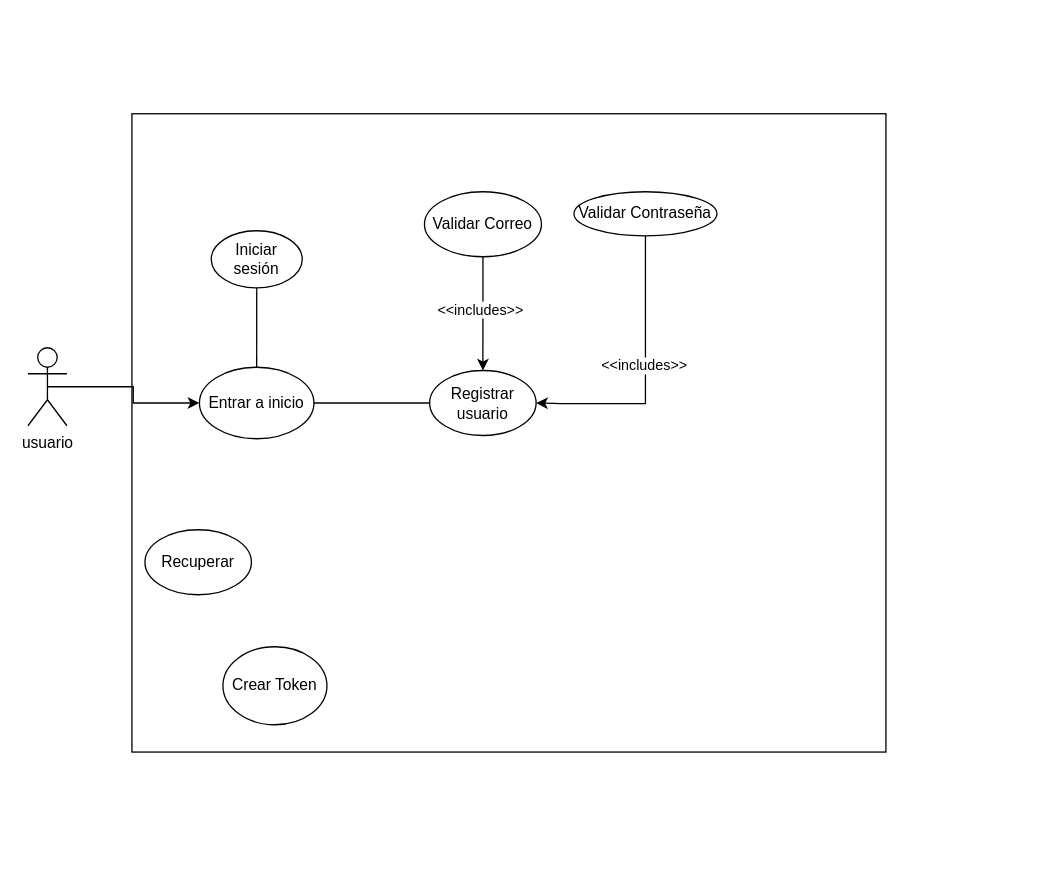
This is Diagrama sin título.drawio from e1mais/UC-uni-space, a draw.io file, before an edit. Source tidied: cells renumbered, new cells numbered last; positions are measured from the earlier drawing's top-left corner, leaving out a move shared by most shapes. Both pictures are drawn from the tidied source at 130%, with x=0, y=0 at pixel (27, 113).
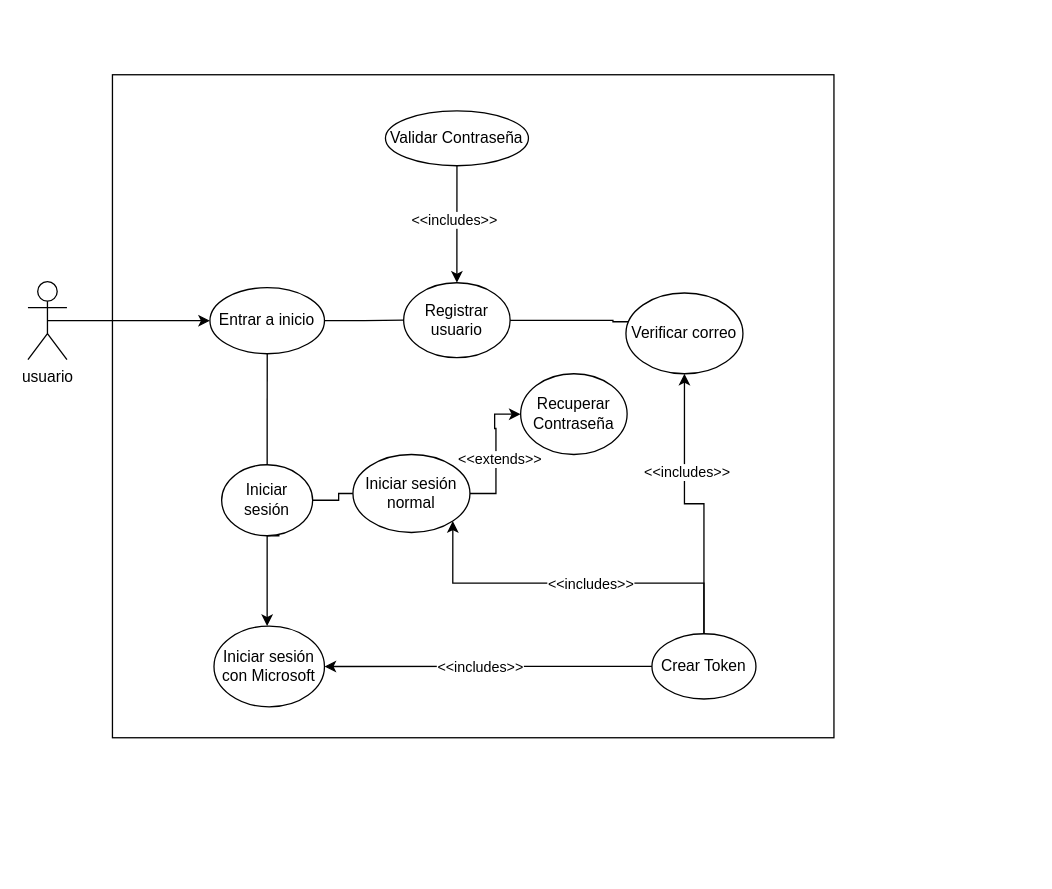
After the change.

What changed in the source:
```diff
@@
     <mxCell id="2" style="group;" parent="1" vertex="1">
-      <mxGeometry x="70" y="40" width="590" height="451" as="geometry" />
+      <mxGeometry x="50" y="-70" width="720" height="649.7" as="geometry" />
     </mxCell>
     <mxCell id="3" style="rounded=0;whiteSpace=wrap;html=1;fillColor=none;" parent="2" vertex="1">
-      <mxGeometry x="10" y="-40" width="580" height="491" as="geometry" />
+      <mxGeometry x="15" y="40" width="555" height="510" as="geometry" />
     </mxCell>
@@
     <mxCell id="5" value="Entrar a inicio" style="ellipse;whiteSpace=wrap;html=1;" parent="2" vertex="1">
-      <mxGeometry x="61.9" y="155" width="88.1" height="55" as="geometry" />
+      <mxGeometry x="90" y="203.8" width="88.1" height="50.8" as="geometry" />
     </mxCell>
+    <mxCell id="19" style="edgeStyle=orthogonalEdgeStyle;rounded=0;jettySize=auto;html=1;exitX=0.5;exitY=1;exitDx=0;exitDy=0;" parent="2" edge="1" source="6" target="21">
+      <mxGeometry relative="1" as="geometry">
+        <Array as="points">
+          <mxPoint x="143" y="395" />
+          <mxPoint x="143" y="385" />
+          <mxPoint x="134" y="385" />
+        </Array>
+      </mxGeometry>
+    </mxCell>
+    <mxCell id="20" style="edgeStyle=orthogonalEdgeStyle;rounded=0;jettySize=auto;html=1;exitX=1;exitY=0.5;exitDx=0;exitDy=0;endArrow=none;endFill=0;" parent="2" edge="1" source="6" target="30">
+      <mxGeometry relative="1" as="geometry" />
+    </mxCell>
     <mxCell id="6" value="&lt;div&gt;Iniciar sesión&lt;/div&gt;" style="ellipse;whiteSpace=wrap;html=1;" parent="2" vertex="1">
-      <mxGeometry x="71" y="50" width="70" height="44" as="geometry" />
+      <mxGeometry x="99" y="340" width="70" height="54.6" as="geometry" />
     </mxCell>
     <mxCell id="7" value="&lt;div&gt;Registrar usuario&lt;/div&gt;" style="ellipse;whiteSpace=wrap;html=1;" parent="2" vertex="1">
-      <mxGeometry x="239" y="157.5" width="81.9" height="50" as="geometry" />
+      <mxGeometry x="239" y="200" width="81.9" height="57.6" as="geometry" />
     </mxCell>
-    <mxCell id="8" value="Recuperar" style="ellipse;whiteSpace=wrap;html=1;" parent="2" vertex="1">
-      <mxGeometry x="20" y="280" width="81.9" height="50" as="geometry" />
+    <mxCell id="8" value="&lt;div&gt;Recuperar&lt;/div&gt;&lt;div&gt;Contraseña&lt;/div&gt;" style="ellipse;whiteSpace=wrap;html=1;" parent="2" vertex="1">
+      <mxGeometry x="329" y="270" width="81.9" height="62.1" as="geometry" />
     </mxCell>
-    <mxCell id="9" style="edgeStyle=orthogonalEdgeStyle;rounded=0;jettySize=auto;html=1;exitX=0.5;exitY=0;exitDx=0;exitDy=0;entryX=0.5;entryY=1;entryDx=0;entryDy=0;verticalAlign=middle;endArrow=none;endFill=0;" parent="2" edge="1" source="5" target="6">
-      <mxGeometry relative="1" as="geometry" />
+    <mxCell id="9" style="edgeStyle=orthogonalEdgeStyle;rounded=0;jettySize=auto;html=1;exitX=0.5;exitY=1;exitDx=0;exitDy=0;verticalAlign=middle;endArrow=none;endFill=0;" parent="2" edge="1" source="5" target="6">
+      <mxGeometry relative="1" as="geometry">
+        <Array as="points">
+          <mxPoint x="134" y="350" />
+        </Array>
+      </mxGeometry>
     </mxCell>
-    <mxCell id="10" value="Crear Token" style="ellipse;whiteSpace=wrap;html=1;" parent="2" vertex="1">
-      <mxGeometry x="80" y="370" width="80" height="60" as="geometry" />
-    </mxCell>
-    <mxCell id="11" style="edgeStyle=orthogonalEdgeStyle;rounded=0;jettySize=auto;html=1;exitX=0.5;exitY=1;exitDx=0;exitDy=0;entryX=1;entryY=0.5;entryDx=0;entryDy=0;" parent="2" edge="1" source="13" target="7">
+    <mxCell id="11" style="edgeStyle=orthogonalEdgeStyle;rounded=0;jettySize=auto;html=1;exitX=0.5;exitY=1;exitDx=0;exitDy=0;entryX=0.5;entryY=0;entryDx=0;entryDy=0;" parent="2" edge="1" source="13" target="7">
       <mxGeometry relative="1" as="geometry">
         <Array as="points">
-          <mxPoint x="405" y="183" />
-          <mxPoint x="340" y="183" />
+          <mxPoint x="280" y="113" />
+          <mxPoint x="280" y="113" />
         </Array>
       </mxGeometry>
     </mxCell>
@@
     <mxCell id="13" value="&lt;div&gt;Validar&amp;nbsp;Contraseña&lt;/div&gt;" style="ellipse;whiteSpace=wrap;html=1;" parent="2" vertex="1">
-      <mxGeometry x="350" y="20" width="110" height="34" as="geometry" />
+      <mxGeometry x="225" y="67.8" width="110" height="42.2" as="geometry" />
     </mxCell>
-    <mxCell id="14" value="Validar Correo" style="ellipse;whiteSpace=wrap;html=1;" parent="2" vertex="1">
-      <mxGeometry x="235" y="20" width="90" height="50" as="geometry" />
+    <mxCell id="14" value="Verificar correo" style="ellipse;whiteSpace=wrap;html=1;" parent="2" vertex="1">
+      <mxGeometry x="410" y="207.9" width="90" height="62.1" as="geometry" />
     </mxCell>
-    <mxCell id="15" style="edgeStyle=orthogonalEdgeStyle;rounded=0;jettySize=auto;html=1;" parent="2" edge="1" source="14" target="7">
+    <mxCell id="15" style="edgeStyle=orthogonalEdgeStyle;rounded=0;jettySize=auto;html=1;endArrow=none;endFill=0;" parent="2" edge="1" source="14" target="7">
       <mxGeometry relative="1" as="geometry">
         <Array as="points">
-          <mxPoint x="280" y="100" />
-          <mxPoint x="280" y="100" />
+          <mxPoint x="400" y="230" />
+          <mxPoint x="400" y="229" />
         </Array>
       </mxGeometry>
     </mxCell>
-    <mxCell id="16" value="&lt;div&gt;&amp;lt;&amp;lt;includes&amp;gt;&amp;gt;&lt;/div&gt;" style="edgeLabel;html=1;align=center;verticalAlign=middle;" parent="15" vertex="1">
+    <mxCell id="16" value="&lt;div&gt;&lt;br&gt;&lt;/div&gt;&lt;div&gt;&lt;br&gt;&lt;/div&gt;" style="edgeLabel;html=1;align=center;verticalAlign=middle;" parent="15" vertex="1">
       <mxGeometry x="-0.07" y="-2" relative="1" as="geometry" />
     </mxCell>
+    <mxCell id="21" value="Iniciar sesión con Microsoft" style="ellipse;whiteSpace=wrap;html=1;" parent="2" vertex="1">
+      <mxGeometry x="93.1" y="464.1" width="85" height="62.1" as="geometry" />
+    </mxCell>
+    <mxCell id="22" style="edgeStyle=orthogonalEdgeStyle;rounded=0;jettySize=auto;html=1;" parent="2" edge="1" source="10" target="21">
+      <mxGeometry relative="1" as="geometry" />
+    </mxCell>
+    <mxCell id="23" value="&amp;lt;&amp;lt;includes&amp;gt;&amp;gt;" style="edgeLabel;html=1;align=center;verticalAlign=middle;" parent="22" vertex="1">
+      <mxGeometry x="0.06" relative="1" as="geometry">
+        <mxPoint x="1" as="offset" />
+      </mxGeometry>
+    </mxCell>
+    <mxCell id="24" style="edgeStyle=orthogonalEdgeStyle;rounded=0;jettySize=auto;html=1;exitX=0.5;exitY=0;exitDx=0;exitDy=0;entryX=1;entryY=1;entryDx=0;entryDy=0;" parent="2" edge="1" source="10" target="30">
+      <mxGeometry relative="1" as="geometry" />
+    </mxCell>
+    <mxCell id="25" value="&amp;lt;&amp;lt;includes&amp;gt;&amp;gt;" style="edgeLabel;html=1;align=center;verticalAlign=middle;" parent="24" vertex="1">
+      <mxGeometry x="-0.1" relative="1" as="geometry" />
+    </mxCell>
+    <mxCell id="26" style="edgeStyle=orthogonalEdgeStyle;rounded=0;jettySize=auto;html=1;exitX=0.5;exitY=0;exitDx=0;exitDy=0;" parent="2" edge="1" source="10" target="14">
+      <mxGeometry relative="1" as="geometry" />
+    </mxCell>
+    <mxCell id="27" value="&amp;lt;&amp;lt;includes&amp;gt;&amp;gt;" style="edgeLabel;html=1;align=center;verticalAlign=middle;" parent="26" vertex="1">
+      <mxGeometry x="0.3" y="-1" relative="1" as="geometry" />
+    </mxCell>
+    <mxCell id="10" value="Crear Token" style="ellipse;whiteSpace=wrap;html=1;" parent="2" vertex="1">
+      <mxGeometry x="430" y="470" width="80" height="50.2" as="geometry" />
+    </mxCell>
+    <mxCell id="28" style="edgeStyle=orthogonalEdgeStyle;rounded=0;jettySize=auto;html=1;exitX=1;exitY=0.5;exitDx=0;exitDy=0;" parent="2" edge="1" source="30" target="8">
+      <mxGeometry relative="1" as="geometry" />
+    </mxCell>
+    <mxCell id="29" value="&amp;lt;&amp;lt;extends&amp;gt;&amp;gt;" style="edgeLabel;html=1;align=center;verticalAlign=middle;" parent="28" vertex="1">
+      <mxGeometry x="-0.07" y="-2" relative="1" as="geometry" />
+    </mxCell>
+    <mxCell id="30" value="Iniciar sesión normal" style="ellipse;whiteSpace=wrap;html=1;" parent="2" vertex="1">
+      <mxGeometry x="200" y="332.1" width="90" height="60" as="geometry" />
+    </mxCell>
     <mxCell id="17" value="&lt;div&gt;usuario&lt;/div&gt;" style="shape=umlActor;verticalLabelPosition=bottom;verticalAlign=top;html=1;outlineConnect=0;" parent="1" vertex="1">
-      <mxGeometry y="180" width="30" height="60" as="geometry" />
+      <mxGeometry y="129.2" width="30" height="60" as="geometry" />
     </mxCell>
```
